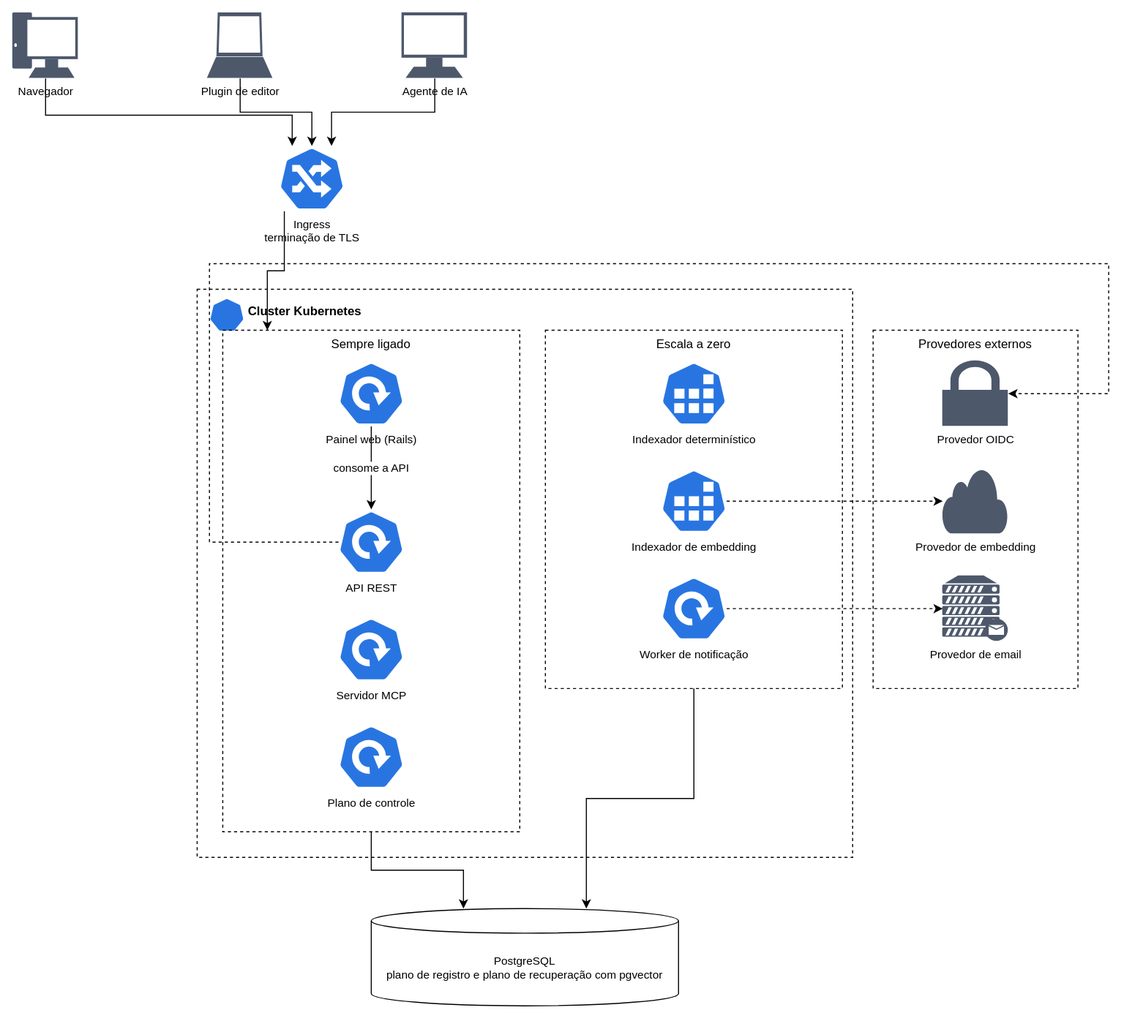
Earlier version of the draw.io export docs/diagramas-de-blocos.drawio.svg (markupp-labs/markupp). Source tidied: cells renumbered, new cells last; positions are measured from the earlier drawing's top-left corner, leaving out a move shared by most shapes.
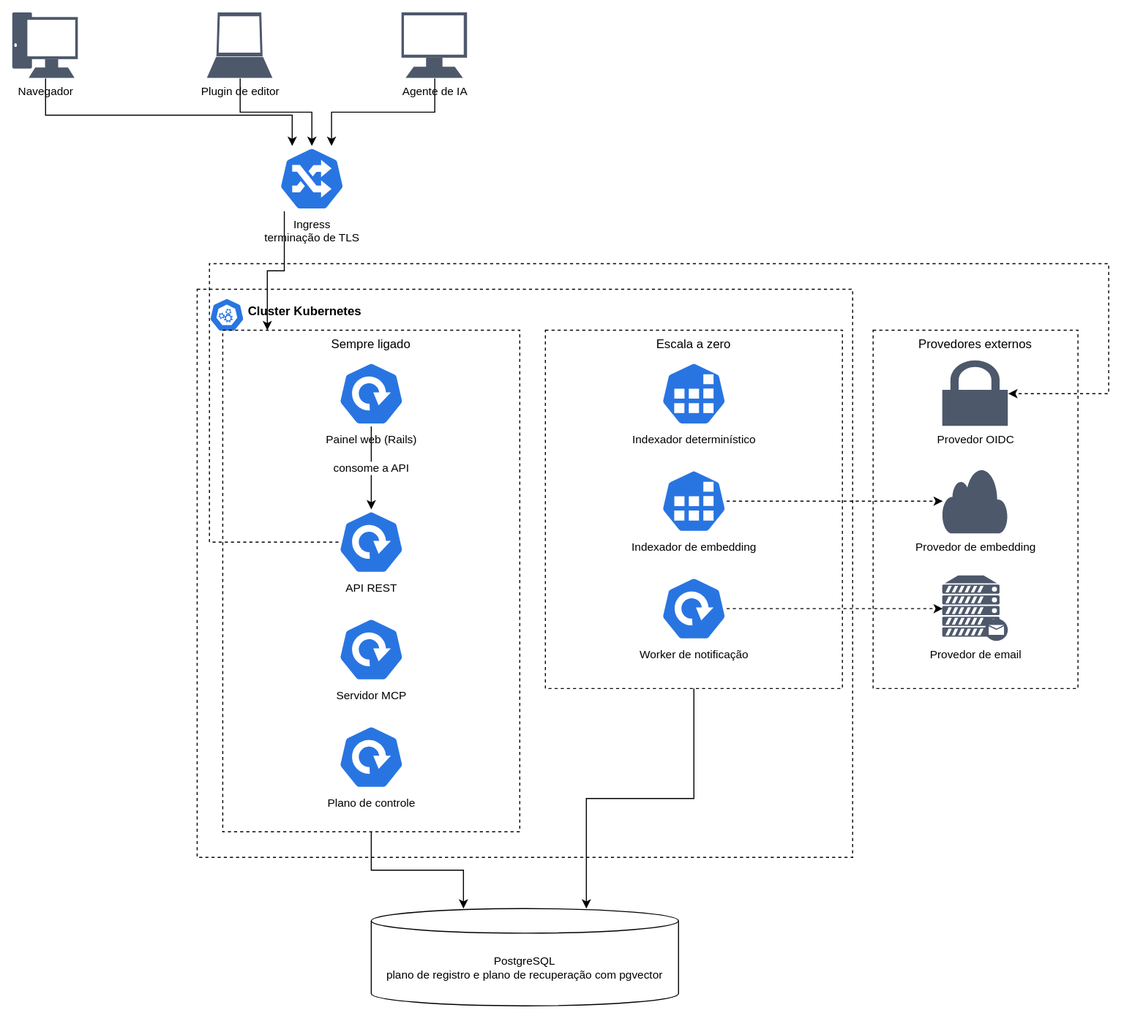
After the commit.

Commit message:
docs: marca a caixa do cluster com o simbolo do kubernetes

Change to the diagram source:
```diff
@@ -5,7 +5,7 @@
     <mxCell id="2" value="Cluster Kubernetes" style="rounded=0;whiteSpace=wrap;html=1;verticalAlign=top;align=left;spacingLeft=48;spacingTop=8;fillColor=none;dashed=1;fontSize=12;fontStyle=1;" parent="1" vertex="1">
       <mxGeometry x="180" y="270" width="640" height="555" as="geometry" />
     </mxCell>
-    <mxCell id="3" style="sketch=0;html=1;dashed=0;shape=mxgraph.kubernetes.icon;prIcon=control_plane;fillColor=#2875E2;strokeColor=#ffffff;" parent="1" vertex="1">
+    <mxCell id="3" style="sketch=0;html=1;dashed=0;shape=mxgraph.kubernetes.icon;prIcon=master;fillColor=#2875E2;strokeColor=#ffffff;" parent="1" vertex="1">
       <mxGeometry x="192" y="278" width="34" height="34" as="geometry" />
     </mxCell>
     <mxCell id="4" value="Sempre ligado" style="rounded=0;whiteSpace=wrap;html=1;verticalAlign=top;fillColor=none;dashed=1;fontSize=12;" parent="1" vertex="1">
```
